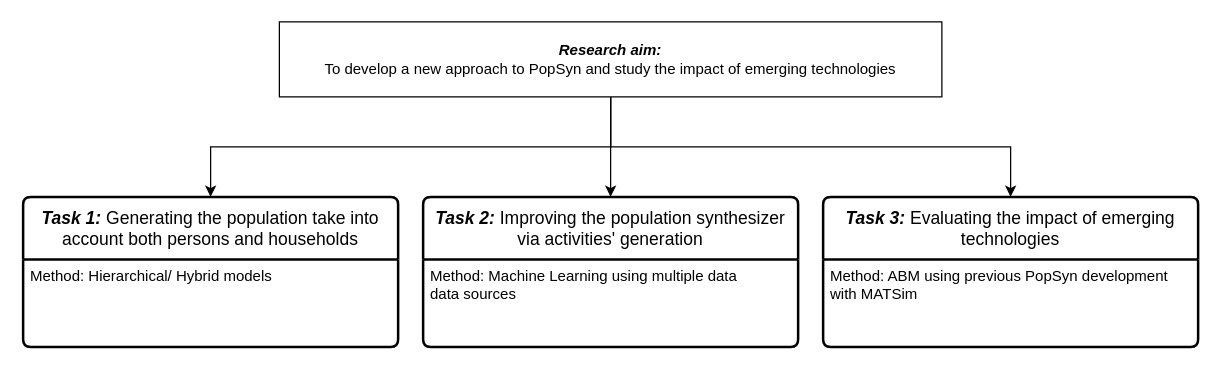
bobkatla/PopSyn_Monash keeps this draw.io diagram as simple_BN_learn/researchaim.drawio. Above is the earlier version. Source tidied: cells renumbered, new cells numbered last; positions are measured from the earlier drawing's top-left corner, leaving out a move shared by most shapes. Both pictures are drawn from the tidied source at 125%, with x=0, y=0 at pixel (22, 21).
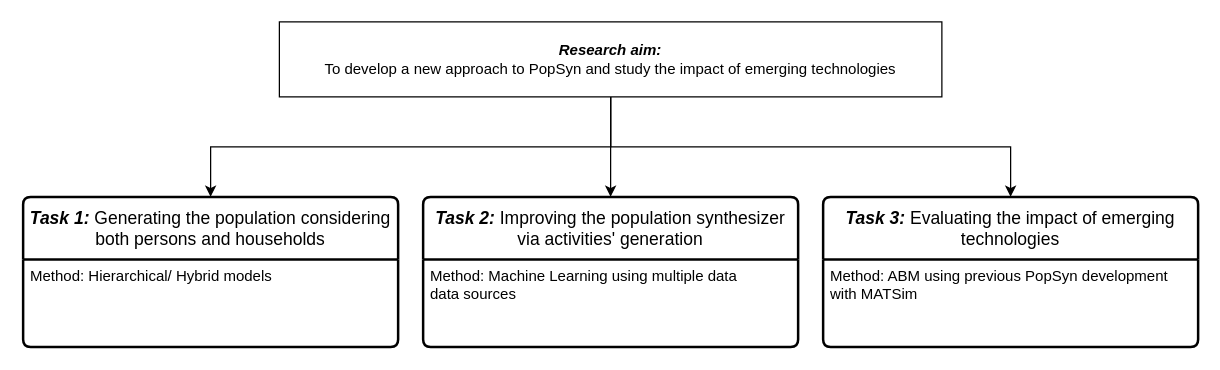
The same diagram, later.

Diff of the diagram source:
```diff
@@
 <mxGraphModel>
   <root>
     <mxCell id="0" />
     <mxCell id="1" parent="0" />
     <mxCell id="2" style="edgeStyle=orthogonalEdgeStyle;rounded=0;jettySize=auto;html=1;entryX=0.5;entryY=0;entryDx=0;entryDy=0;" parent="1" edge="1" source="5" target="6">
       <mxGeometry relative="1" as="geometry" />
     </mxCell>
     <mxCell id="3" style="edgeStyle=orthogonalEdgeStyle;rounded=0;jettySize=auto;html=1;entryX=0.5;entryY=0;entryDx=0;entryDy=0;" parent="1" edge="1" source="5" target="8">
       <mxGeometry relative="1" as="geometry" />
     </mxCell>
     <mxCell id="4" style="edgeStyle=orthogonalEdgeStyle;rounded=0;jettySize=auto;html=1;entryX=0.5;entryY=0;entryDx=0;entryDy=0;" parent="1" edge="1" source="5" target="10">
       <mxGeometry relative="1" as="geometry" />
     </mxCell>
     <mxCell id="5" value="&lt;b&gt;&lt;i&gt;Research aim:&lt;/i&gt;&lt;/b&gt;&lt;br&gt;To develop a new approach to PopSyn and study the impact of emerging technologies" style="rounded=0;whiteSpace=wrap;html=1;" parent="1" vertex="1">
       <mxGeometry x="205" width="530" height="60" as="geometry" />
     </mxCell>
-    <mxCell id="6" value="&lt;b&gt;&lt;i&gt;Task 1:&lt;/i&gt;&lt;/b&gt; Generating the population take into account both persons and households" style="swimlane;horizontal=1;startSize=50;rounded=1;fontSize=14;fontStyle=0;strokeWidth=2;shadow=0;dashed=0;align=center;arcSize=4;whiteSpace=wrap;html=1;" parent="1" vertex="1">
+    <mxCell id="6" value="&lt;b&gt;&lt;i&gt;Task 1:&lt;/i&gt;&lt;/b&gt; Generating the population considering both persons and households" style="swimlane;horizontal=1;startSize=50;rounded=1;fontSize=14;fontStyle=0;strokeWidth=2;shadow=0;dashed=0;align=center;arcSize=4;whiteSpace=wrap;html=1;" parent="1" vertex="1">
       <mxGeometry y="140" width="300" height="120" as="geometry" />
     </mxCell>
     <mxCell id="7" value="Method: Hierarchical/ Hybrid models" style="align=left;strokeColor=none;fillColor=none;spacingLeft=4;fontSize=12;verticalAlign=top;html=1;" parent="6" vertex="1">
       <mxGeometry y="50" width="300" height="70" as="geometry" />
     </mxCell>
     <mxCell id="8" value="&lt;b&gt;&lt;i&gt;Task 2:&lt;/i&gt;&lt;/b&gt; Improving the population synthesizer via activities' generation" style="swimlane;horizontal=1;startSize=50;rounded=1;fontSize=14;fontStyle=0;strokeWidth=2;shadow=0;dashed=0;align=center;arcSize=4;whiteSpace=wrap;html=1;" parent="1" vertex="1">
       <mxGeometry x="320" y="140" width="300" height="120" as="geometry" />
     </mxCell>
     <mxCell id="9" value="Method: Machine Learning using multiple data&lt;br&gt;data sources" style="align=left;strokeColor=none;fillColor=none;spacingLeft=4;fontSize=12;verticalAlign=top;html=1;" parent="8" vertex="1">
       <mxGeometry y="50" width="300" height="70" as="geometry" />
     </mxCell>
     <mxCell id="10" value="&lt;b&gt;&lt;i&gt;Task 3:&lt;/i&gt;&lt;/b&gt; Evaluating the impact of emerging technologies" style="swimlane;horizontal=1;startSize=50;rounded=1;fontSize=14;fontStyle=0;strokeWidth=2;shadow=0;dashed=0;align=center;arcSize=4;whiteSpace=wrap;html=1;" parent="1" vertex="1">
       <mxGeometry x="640" y="140" width="300" height="120" as="geometry" />
     </mxCell>
     <mxCell id="11" value="Method: ABM using previous PopSyn development&lt;br&gt;with MATSim&amp;nbsp;&amp;nbsp;" style="align=left;strokeColor=none;fillColor=none;spacingLeft=4;fontSize=12;verticalAlign=top;html=1;" parent="10" vertex="1">
       <mxGeometry y="50" width="300" height="70" as="geometry" />
     </mxCell>
   </root>
 </mxGraphModel>
```
